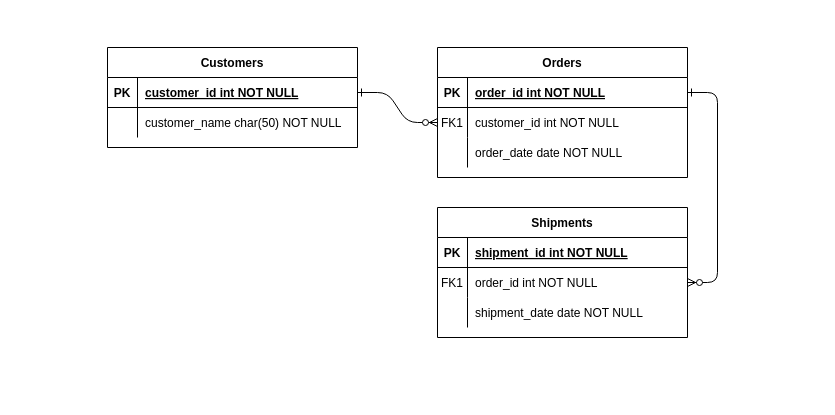
Above: Diagrama sin título.drawio in WhitneySt/UML-diagrams (draw.io), before the change. Source tidied: cells renumbered, new cells numbered last; positions are measured from the earlier drawing's top-left corner, leaving out a move shared by most shapes. Both pictures are drawn from the tidied source at 100%, with x=0, y=0 at pixel (107, 47).
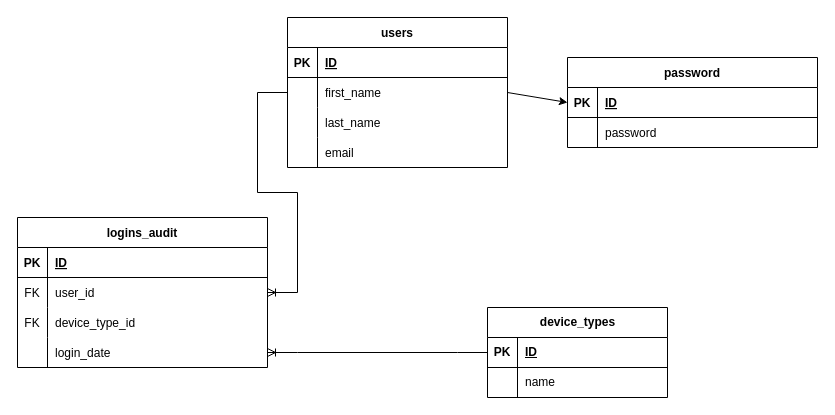
After the change.

The change refers to these unchanged cells:
```xml
<mxCell id="5" style="shape=partialRectangle;fillColor=none;points=[[0,0.5],[1,0.5]];portConstraint=eastwest;top=0;left=0;right=0;bottom=1;" parent="4" vertex="1">
  <mxGeometry y="30" width="250" height="30" as="geometry" />
</mxCell>
<mxCell id="8" style="shape=partialRectangle;fillColor=none;points=[[0,0.5],[1,0.5]];portConstraint=eastwest;top=0;left=0;right=0;bottom=0;" parent="4" vertex="1">
  <mxGeometry y="60" width="250" height="30" as="geometry" />
</mxCell>
<mxCell id="15" style="shape=partialRectangle;fillColor=none;top=0;left=0;right=0;bottom=1;" parent="14" vertex="1">
  <mxGeometry y="30" width="250" height="30" as="geometry" />
</mxCell>
<mxCell id="18" style="shape=partialRectangle;fillColor=none;points=[[0,0.5],[1,0.5]];portConstraint=eastwest;top=0;left=0;right=0;bottom=0;" parent="14" vertex="1">
  <mxGeometry y="60" width="250" height="30" as="geometry" />
</mxCell>
<mxCell id="21" style="shape=partialRectangle;fillColor=none;top=0;left=0;right=0;bottom=0;" parent="14" vertex="1">
  <mxGeometry y="90" width="250" height="30" as="geometry" />
</mxCell>
```

What changed in the source:
```diff
@@
-    <mxCell id="2" style="edgeStyle=entityRelationEdgeStyle;endArrow=ERzeroToMany;startArrow=ERone;endFill=1;startFill=0;" parent="1" edge="1" source="25" target="8">
-      <mxGeometry relative="1" as="geometry" />
-    </mxCell>
-    <mxCell id="3" style="edgeStyle=entityRelationEdgeStyle;endArrow=ERzeroToMany;startArrow=ERone;endFill=1;startFill=0;" parent="1" edge="1" source="5" target="18">
-      <mxGeometry relative="1" as="geometry" />
-    </mxCell>
-    <mxCell id="4" value="Orders" style="shape=table;startSize=30;childLayout=tableLayout;rowLines=0;fontStyle=1;align=center;" parent="1" vertex="1">
-      <mxGeometry x="330" width="250" height="130" as="geometry" />
+    <mxCell id="4" value="password" style="shape=table;startSize=30;childLayout=tableLayout;rowLines=0;fontStyle=1;align=center;" parent="1" vertex="1">
+      <mxGeometry x="460" y="10" width="250" height="90" as="geometry" />
     </mxCell>
@@
-    <mxCell id="7" value="order_id int NOT NULL " style="shape=partialRectangle;overflow=hidden;fillColor=none;top=0;left=0;bottom=0;right=0;align=left;spacingLeft=6;fontStyle=5;" parent="5" vertex="1">
+    <mxCell id="7" value="ID" style="shape=partialRectangle;overflow=hidden;fillColor=none;top=0;left=0;bottom=0;right=0;align=left;spacingLeft=6;fontStyle=5;" parent="5" vertex="1">
       <mxGeometry x="30" width="220" height="30" as="geometry" />
     </mxCell>
@@
-    <mxCell id="9" value="FK1" style="shape=partialRectangle;overflow=hidden;fillColor=none;top=0;left=0;bottom=0;right=0;" parent="8" vertex="1">
+    <mxCell id="9" style="shape=partialRectangle;overflow=hidden;fillColor=none;top=0;left=0;bottom=0;right=0;" parent="8" vertex="1">
       <mxGeometry width="30" height="30" as="geometry" />
     </mxCell>
-    <mxCell id="10" value="customer_id int NOT NULL" style="shape=partialRectangle;overflow=hidden;fillColor=none;top=0;left=0;bottom=0;right=0;align=left;spacingLeft=6;" parent="8" vertex="1">
+    <mxCell id="10" value="password" style="shape=partialRectangle;overflow=hidden;fillColor=none;top=0;left=0;bottom=0;right=0;align=left;spacingLeft=6;" parent="8" vertex="1">
       <mxGeometry x="30" width="220" height="30" as="geometry" />
     </mxCell>
-    <mxCell id="11" style="shape=partialRectangle;fillColor=none;top=0;left=0;right=0;bottom=0;" parent="4" vertex="1">
-      <mxGeometry y="90" width="250" height="30" as="geometry" />
-    </mxCell>
-    <mxCell id="12" style="shape=partialRectangle;overflow=hidden;fillColor=none;top=0;left=0;bottom=0;right=0;" parent="11" vertex="1">
-      <mxGeometry width="30" height="30" as="geometry" />
-    </mxCell>
-    <mxCell id="13" value="order_date date NOT NULL" style="shape=partialRectangle;overflow=hidden;fillColor=none;top=0;left=0;bottom=0;right=0;align=left;spacingLeft=6;" parent="11" vertex="1">
-      <mxGeometry x="30" width="220" height="30" as="geometry" />
-    </mxCell>
-    <mxCell id="14" value="Shipments" style="shape=table;startSize=30;childLayout=tableLayout;rowLines=0;fontStyle=1;align=center;" parent="1" vertex="1">
-      <mxGeometry x="330" y="160" width="250" height="130" as="geometry" />
+    <mxCell id="14" value="logins_audit" style="shape=table;startSize=30;childLayout=tableLayout;rowLines=0;fontStyle=1;align=center;" parent="1" vertex="1">
+      <mxGeometry x="-90" y="170" width="250" height="150" as="geometry" />
     </mxCell>
@@
-    <mxCell id="17" value="shipment_id int NOT NULL " style="shape=partialRectangle;overflow=hidden;fillColor=none;top=0;left=0;bottom=0;right=0;align=left;spacingLeft=6;fontStyle=5;" parent="15" vertex="1">
+    <mxCell id="17" value="ID" style="shape=partialRectangle;overflow=hidden;fillColor=none;top=0;left=0;bottom=0;right=0;align=left;spacingLeft=6;fontStyle=5;" parent="15" vertex="1">
       <mxGeometry x="30" width="220" height="30" as="geometry" />
     </mxCell>
@@
-    <mxCell id="19" value="FK1" style="shape=partialRectangle;overflow=hidden;fillColor=none;top=0;left=0;bottom=0;right=0;" parent="18" vertex="1">
+    <mxCell id="19" value="FK" style="shape=partialRectangle;overflow=hidden;fillColor=none;top=0;left=0;bottom=0;right=0;" parent="18" vertex="1">
       <mxGeometry width="30" height="30" as="geometry" />
     </mxCell>
-    <mxCell id="20" value="order_id int NOT NULL" style="shape=partialRectangle;overflow=hidden;fillColor=none;top=0;left=0;bottom=0;right=0;align=left;spacingLeft=6;" parent="18" vertex="1">
+    <mxCell id="20" value="user_id" style="shape=partialRectangle;overflow=hidden;fillColor=none;top=0;left=0;bottom=0;right=0;align=left;spacingLeft=6;" parent="18" vertex="1">
       <mxGeometry x="30" width="220" height="30" as="geometry" />
     </mxCell>
@@
-    <mxCell id="22" style="shape=partialRectangle;overflow=hidden;fillColor=none;top=0;left=0;bottom=0;right=0;" parent="21" vertex="1">
+    <mxCell id="22" value="FK" style="shape=partialRectangle;overflow=hidden;fillColor=none;top=0;left=0;bottom=0;right=0;" parent="21" vertex="1">
       <mxGeometry width="30" height="30" as="geometry" />
     </mxCell>
-    <mxCell id="23" value="shipment_date date NOT NULL" style="shape=partialRectangle;overflow=hidden;fillColor=none;top=0;left=0;bottom=0;right=0;align=left;spacingLeft=6;" parent="21" vertex="1">
+    <mxCell id="23" value="device_type_id" style="shape=partialRectangle;overflow=hidden;fillColor=none;top=0;left=0;bottom=0;right=0;align=left;spacingLeft=6;" parent="21" vertex="1">
       <mxGeometry x="30" width="220" height="30" as="geometry" />
     </mxCell>
+    <mxCell id="31" style="shape=tableRow;horizontal=0;startSize=0;swimlaneHead=0;swimlaneBody=0;fillColor=none;points=[[0,0.5],[1,0.5]];portConstraint=eastwest;top=0;left=0;right=0;bottom=0;" parent="14" vertex="1">
+      <mxGeometry y="120" width="250" height="30" as="geometry" />
+    </mxCell>
+    <mxCell id="32" style="shape=partialRectangle;fillColor=none;top=0;left=0;bottom=0;right=0;overflow=hidden;" parent="31" vertex="1">
+      <mxGeometry width="30" height="30" as="geometry" />
+    </mxCell>
+    <mxCell id="33" value="login_date" style="shape=partialRectangle;fillColor=none;top=0;left=0;bottom=0;right=0;align=left;spacingLeft=6;overflow=hidden;" parent="31" vertex="1">
+      <mxGeometry x="30" width="220" height="30" as="geometry" />
+    </mxCell>
-    <mxCell id="24" value="Customers" style="shape=table;startSize=30;childLayout=tableLayout;rowLines=0;fontStyle=1;align=center;" parent="1" vertex="1">
-      <mxGeometry width="250" height="100" as="geometry" />
+    <mxCell id="24" value="users" style="shape=table;startSize=30;childLayout=tableLayout;rowLines=0;fontStyle=1;align=center;" parent="1" vertex="1">
+      <mxGeometry x="180" y="-30" width="220" height="150" as="geometry" />
     </mxCell>
     <mxCell id="25" style="shape=partialRectangle;fillColor=none;points=[[0,0.5],[1,0.5]];portConstraint=eastwest;top=0;left=0;right=0;bottom=1;" parent="24" vertex="1">
-      <mxGeometry y="30" width="250" height="30" as="geometry" />
+      <mxGeometry y="30" width="220" height="30" as="geometry" />
     </mxCell>
@@
-    <mxCell id="27" value="customer_id int NOT NULL " style="shape=partialRectangle;overflow=hidden;fillColor=none;top=0;left=0;bottom=0;right=0;align=left;spacingLeft=6;fontStyle=5;" parent="25" vertex="1">
-      <mxGeometry x="30" width="220" height="30" as="geometry" />
+    <mxCell id="27" value="ID" style="shape=partialRectangle;overflow=hidden;fillColor=none;top=0;left=0;bottom=0;right=0;align=left;spacingLeft=6;fontStyle=5;" parent="25" vertex="1">
+      <mxGeometry x="30" width="190" height="30" as="geometry" />
     </mxCell>
     <mxCell id="28" style="shape=partialRectangle;fillColor=none;points=[[0,0.5],[1,0.5]];portConstraint=eastwest;top=0;left=0;right=0;bottom=0;" parent="24" vertex="1">
-      <mxGeometry y="60" width="250" height="30" as="geometry" />
+      <mxGeometry y="60" width="220" height="30" as="geometry" />
     </mxCell>
@@
-    <mxCell id="30" value="customer_name char(50) NOT NULL" style="shape=partialRectangle;overflow=hidden;fillColor=none;top=0;left=0;bottom=0;right=0;align=left;spacingLeft=6;" parent="28" vertex="1">
-      <mxGeometry x="30" width="220" height="30" as="geometry" />
+    <mxCell id="30" value="first_name" style="shape=partialRectangle;overflow=hidden;fillColor=none;top=0;left=0;bottom=0;right=0;align=left;spacingLeft=6;" parent="28" vertex="1">
+      <mxGeometry x="30" width="190" height="30" as="geometry" />
     </mxCell>
+    <mxCell id="34" style="shape=tableRow;horizontal=0;startSize=0;swimlaneHead=0;swimlaneBody=0;fillColor=none;top=0;left=0;right=0;bottom=0;" parent="24" vertex="1">
+      <mxGeometry y="90" width="220" height="30" as="geometry" />
+    </mxCell>
+    <mxCell id="35" style="shape=partialRectangle;fillColor=none;top=0;left=0;bottom=0;right=0;overflow=hidden;" parent="34" vertex="1">
+      <mxGeometry width="30" height="30" as="geometry" />
+    </mxCell>
+    <mxCell id="36" value="last_name" style="shape=partialRectangle;fillColor=none;top=0;left=0;bottom=0;right=0;align=left;spacingLeft=6;overflow=hidden;" parent="34" vertex="1">
+      <mxGeometry x="30" width="190" height="30" as="geometry" />
+    </mxCell>
+    <mxCell id="37" style="shape=tableRow;horizontal=0;startSize=0;swimlaneHead=0;swimlaneBody=0;fillColor=none;top=0;left=0;right=0;bottom=0;" parent="24" vertex="1">
+      <mxGeometry y="120" width="220" height="30" as="geometry" />
+    </mxCell>
+    <mxCell id="38" style="shape=partialRectangle;fillColor=none;top=0;left=0;bottom=0;right=0;overflow=hidden;" parent="37" vertex="1">
+      <mxGeometry width="30" height="30" as="geometry" />
+    </mxCell>
+    <mxCell id="39" value="email" style="shape=partialRectangle;fillColor=none;top=0;left=0;bottom=0;right=0;align=left;spacingLeft=6;overflow=hidden;" parent="37" vertex="1">
+      <mxGeometry x="30" width="190" height="30" as="geometry" />
+    </mxCell>
+    <mxCell id="40" value="device_types" style="shape=table;startSize=30;childLayout=tableLayout;rowLines=0;fontStyle=1;align=center;html=1;" parent="1" vertex="1">
+      <mxGeometry x="380" y="260" width="180" height="90" as="geometry" />
+    </mxCell>
+    <mxCell id="41" style="shape=tableRow;horizontal=0;startSize=0;swimlaneHead=0;swimlaneBody=0;fillColor=none;points=[[0,0.5],[1,0.5]];portConstraint=eastwest;top=0;left=0;right=0;bottom=1;" parent="40" vertex="1">
+      <mxGeometry y="30" width="180" height="30" as="geometry" />
+    </mxCell>
+    <mxCell id="42" value="PK" style="shape=partialRectangle;fillColor=none;top=0;left=0;bottom=0;right=0;fontStyle=1;overflow=hidden;whiteSpace=wrap;html=1;" parent="41" vertex="1">
+      <mxGeometry width="30" height="30" as="geometry" />
+    </mxCell>
+    <mxCell id="43" value="ID" style="shape=partialRectangle;fillColor=none;top=0;left=0;bottom=0;right=0;align=left;spacingLeft=6;fontStyle=5;overflow=hidden;whiteSpace=wrap;html=1;" parent="41" vertex="1">
+      <mxGeometry x="30" width="150" height="30" as="geometry" />
+    </mxCell>
+    <mxCell id="44" style="shape=tableRow;horizontal=0;startSize=0;swimlaneHead=0;swimlaneBody=0;fillColor=none;top=0;left=0;right=0;bottom=0;" parent="40" vertex="1">
+      <mxGeometry y="60" width="180" height="30" as="geometry" />
+    </mxCell>
+    <mxCell id="45" style="shape=partialRectangle;fillColor=none;top=0;left=0;bottom=0;right=0;overflow=hidden;whiteSpace=wrap;html=1;" parent="44" vertex="1">
+      <mxGeometry width="30" height="30" as="geometry" />
+    </mxCell>
+    <mxCell id="46" value="name" style="shape=partialRectangle;fillColor=none;top=0;left=0;bottom=0;right=0;align=left;spacingLeft=6;overflow=hidden;whiteSpace=wrap;html=1;" parent="44" vertex="1">
+      <mxGeometry x="30" width="150" height="30" as="geometry" />
+    </mxCell>
+    <mxCell id="47" style="edgeStyle=entityRelationEdgeStyle;fontSize=12;html=1;endArrow=ERoneToMany;rounded=0;entryX=1;entryY=0.5;entryDx=0;entryDy=0;exitX=0;exitY=0.5;exitDx=0;exitDy=0;" parent="1" edge="1" source="28" target="18">
+      <mxGeometry relative="1" as="geometry" />
+    </mxCell>
+    <mxCell id="48" style="edgeStyle=entityRelationEdgeStyle;fontSize=12;html=1;endArrow=ERoneToMany;rounded=0;entryX=1;entryY=0.5;entryDx=0;entryDy=0;exitX=0;exitY=0.5;exitDx=0;exitDy=0;" parent="1" edge="1" source="41" target="31">
+      <mxGeometry relative="1" as="geometry">
+        <Array as="points">
+          <mxPoint x="160" y="290" />
+        </Array>
+      </mxGeometry>
+    </mxCell>
+    <mxCell id="49" style="endArrow=classic;html=1;rounded=0;exitX=1;exitY=0.5;exitDx=0;exitDy=0;entryX=0;entryY=0.5;entryDx=0;entryDy=0;" parent="1" edge="1" source="28" target="5">
+      <mxGeometry relative="1" as="geometry" />
+    </mxCell>
```
